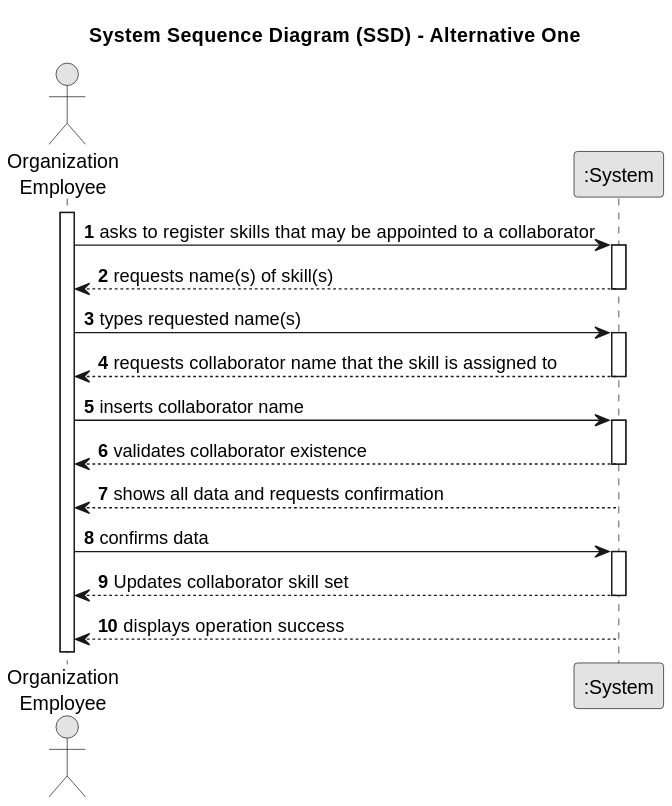
The PlantUML diagram docs/sprintA/us004/01.requirements-engineering/svg/us004-system-sequence-diagram-alternative-two.svg in tiagosoa/lei-24-s2-1dgh-g073, before a commit. Its diagram source:
```plantuml
@startuml
skinparam monochrome true
skinparam packageStyle rectangle
skinparam shadowing false

title System Sequence Diagram (SSD) - Alternative One

autonumber

actor "Organization\nEmployee" as Employee
participant ":System" as System

activate Employee

    Employee -> System : asks to register skills that may be appointed to a collaborator
    activate System

        System --> Employee : requests name(s) of skill(s)
    deactivate System

    Employee -> System : types requested name(s)
    activate System

    System --> Employee : requests collaborator name that the skill is assigned to
    deactivate System

    Employee -> System : inserts collaborator name
    activate System

    System --> Employee : validates collaborator existence
    deactivate System

        System --> Employee : shows all data and requests confirmation
    deactivate System

    Employee -> System : confirms data
    activate System

    System --> Employee : Updates collaborator skill set
        deactivate System

        System --> Employee : displays operation success
    deactivate System
@enduml
```
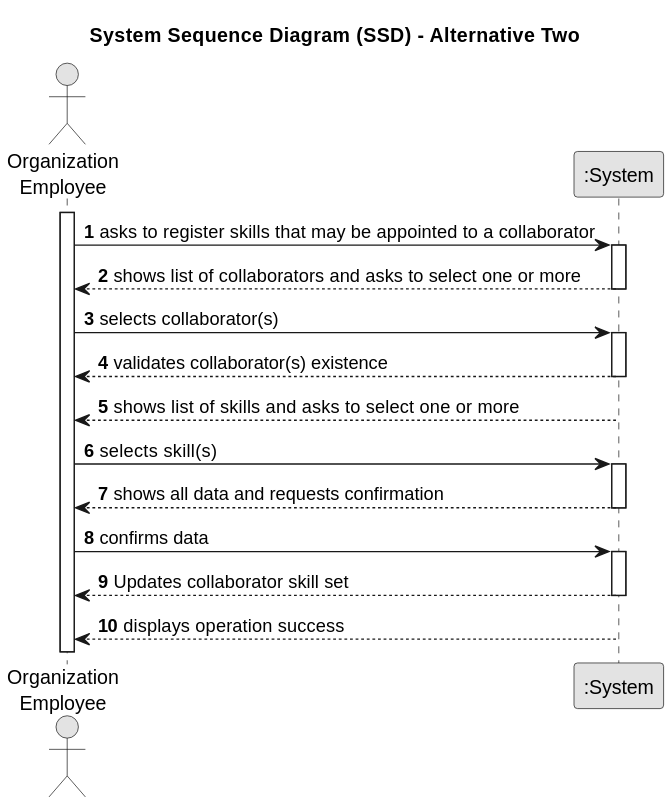
The same file after the commit.

Diff of the diagram source:
```diff
@@ -3,7 +3,7 @@
 skinparam packageStyle rectangle
 skinparam shadowing false
 
-title System Sequence Diagram (SSD) - Alternative One
+title System Sequence Diagram (SSD) - Alternative Two
 
 autonumber
 
@@ -15,30 +15,30 @@
     Employee -> System : asks to register skills that may be appointed to a collaborator
     activate System
 
-        System --> Employee : requests name(s) of skill(s)
+    System --> Employee : shows list of collaborators and asks to select one or more
     deactivate System
 
-    Employee -> System : types requested name(s)
+    Employee -> System : selects collaborator(s)
     activate System
 
-    System --> Employee : requests collaborator name that the skill is assigned to
+    System --> Employee : validates collaborator(s) existence
     deactivate System
 
-    Employee -> System : inserts collaborator name
+    System --> Employee : shows list of skills and asks to select one or more
+    deactivate System
+
+    Employee -> System : selects skill(s)
     activate System
 
-    System --> Employee : validates collaborator existence
-    deactivate System
-
-        System --> Employee : shows all data and requests confirmation
+    System --> Employee : shows all data and requests confirmation
     deactivate System
 
     Employee -> System : confirms data
     activate System
 
     System --> Employee : Updates collaborator skill set
-        deactivate System
+    deactivate System
 
-        System --> Employee : displays operation success
+    System --> Employee : displays operation success
     deactivate System
 @enduml
```
